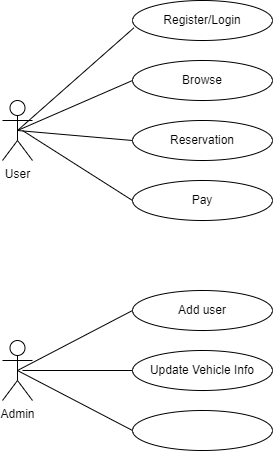
Earlier version of the draw.io export UuseCase.png (aditicodes-14/Project1). Source tidied: cells renumbered, new cells last; positions are measured from the earlier drawing's top-left corner, leaving out a move shared by most shapes. Source of this version:
```xml
<mxGraphModel>
  <root>
    <mxCell id="0" />
    <mxCell id="1" parent="0" />
    <mxCell id="2" value="User" style="shape=umlActor;verticalLabelPosition=bottom;verticalAlign=top;html=1;" parent="1" vertex="1">
      <mxGeometry y="100" width="30" height="60" as="geometry" />
    </mxCell>
    <mxCell id="3" value="Admin" style="shape=umlActor;verticalLabelPosition=bottom;verticalAlign=top;html=1;" parent="1" vertex="1">
      <mxGeometry y="340" width="30" height="60" as="geometry" />
    </mxCell>
    <mxCell id="4" value="Register/Login" style="ellipse;whiteSpace=wrap;html=1;" parent="1" vertex="1">
      <mxGeometry x="130" width="140" height="40" as="geometry" />
    </mxCell>
    <mxCell id="5" value="Browse" style="ellipse;whiteSpace=wrap;html=1;" parent="1" vertex="1">
      <mxGeometry x="130" y="60" width="140" height="40" as="geometry" />
    </mxCell>
    <mxCell id="6" value="Reservation" style="ellipse;whiteSpace=wrap;html=1;" parent="1" vertex="1">
      <mxGeometry x="130" y="120" width="140" height="40" as="geometry" />
    </mxCell>
    <mxCell id="7" value="Pay" style="ellipse;whiteSpace=wrap;html=1;" parent="1" vertex="1">
      <mxGeometry x="130" y="180" width="140" height="40" as="geometry" />
    </mxCell>
    <mxCell id="8" value="Add user" style="ellipse;whiteSpace=wrap;html=1;" parent="1" vertex="1">
      <mxGeometry x="130" y="290" width="140" height="40" as="geometry" />
    </mxCell>
    <mxCell id="9" value="Update Vehicle Info" style="ellipse;whiteSpace=wrap;html=1;" parent="1" vertex="1">
      <mxGeometry x="130" y="350" width="140" height="40" as="geometry" />
    </mxCell>
    <mxCell id="10" style="ellipse;whiteSpace=wrap;html=1;" parent="1" vertex="1">
      <mxGeometry x="130" y="410" width="140" height="40" as="geometry" />
    </mxCell>
    <mxCell id="11" style="endArrow=none;html=1;rounded=0;exitX=0.5;exitY=0.5;exitDx=0;exitDy=0;exitPerimeter=0;entryX=0;entryY=0.5;entryDx=0;entryDy=0;" parent="1" edge="1" source="3" target="8">
      <mxGeometry relative="1" as="geometry" />
    </mxCell>
    <mxCell id="12" style="endArrow=none;html=1;rounded=0;entryX=0;entryY=0.5;entryDx=0;entryDy=0;" parent="1" edge="1" target="9">
      <mxGeometry relative="1" as="geometry">
        <mxPoint x="20" y="370" as="sourcePoint" />
      </mxGeometry>
    </mxCell>
    <mxCell id="13" style="endArrow=none;html=1;rounded=0;entryX=0;entryY=0.5;entryDx=0;entryDy=0;exitX=0.5;exitY=0.5;exitDx=0;exitDy=0;exitPerimeter=0;" parent="1" edge="1" source="3" target="10">
      <mxGeometry relative="1" as="geometry" />
    </mxCell>
    <mxCell id="14" style="endArrow=none;html=1;rounded=0;exitX=0.5;exitY=0.5;exitDx=0;exitDy=0;exitPerimeter=0;entryX=0.01;entryY=0.683;entryDx=0;entryDy=0;entryPerimeter=0;" parent="1" edge="1" source="2" target="4">
      <mxGeometry relative="1" as="geometry" />
    </mxCell>
    <mxCell id="15" style="endArrow=none;html=1;rounded=0;entryX=0;entryY=0.5;entryDx=0;entryDy=0;exitX=0.5;exitY=0.5;exitDx=0;exitDy=0;exitPerimeter=0;" parent="1" edge="1" source="2" target="5">
      <mxGeometry relative="1" as="geometry" />
    </mxCell>
    <mxCell id="16" style="endArrow=none;html=1;rounded=0;entryX=0;entryY=0.5;entryDx=0;entryDy=0;exitX=0.5;exitY=0.5;exitDx=0;exitDy=0;exitPerimeter=0;" parent="1" edge="1" source="2" target="6">
      <mxGeometry relative="1" as="geometry" />
    </mxCell>
    <mxCell id="17" style="endArrow=none;html=1;rounded=0;entryX=0;entryY=0.5;entryDx=0;entryDy=0;" parent="1" edge="1" target="7">
      <mxGeometry relative="1" as="geometry">
        <mxPoint x="20" y="130" as="sourcePoint" />
      </mxGeometry>
    </mxCell>
  </root>
</mxGraphModel>
```
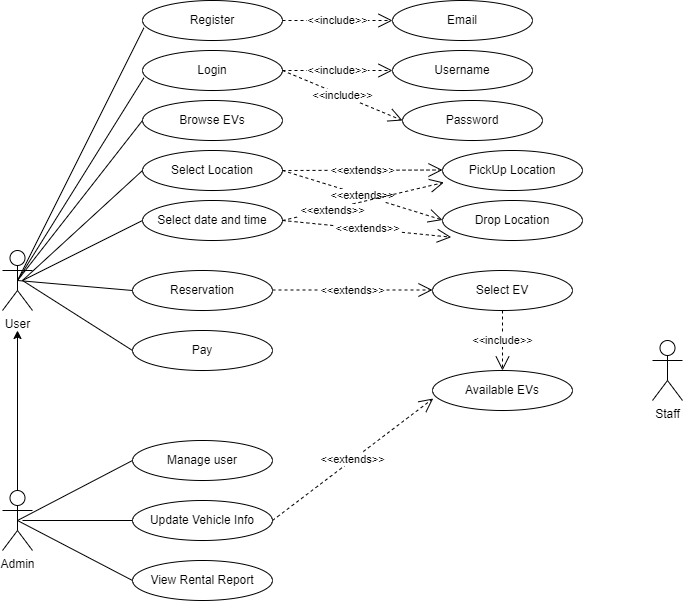
After the change.

The edit, as a diff of the source:
```diff
@@ -8,11 +8,11 @@
     <mxCell id="3" value="Admin" style="shape=umlActor;verticalLabelPosition=bottom;verticalAlign=top;html=1;" parent="1" vertex="1">
       <mxGeometry y="340" width="30" height="60" as="geometry" />
     </mxCell>
-    <mxCell id="4" value="Register/Login" style="ellipse;whiteSpace=wrap;html=1;" parent="1" vertex="1">
-      <mxGeometry x="130" width="140" height="40" as="geometry" />
+    <mxCell id="4" value="Login" style="ellipse;whiteSpace=wrap;html=1;" parent="1" vertex="1">
+      <mxGeometry x="140" y="-100" width="140" height="40" as="geometry" />
     </mxCell>
-    <mxCell id="5" value="Browse" style="ellipse;whiteSpace=wrap;html=1;" parent="1" vertex="1">
-      <mxGeometry x="130" y="60" width="140" height="40" as="geometry" />
+    <mxCell id="5" value="Browse EVs" style="ellipse;whiteSpace=wrap;html=1;" parent="1" vertex="1">
+      <mxGeometry x="140" y="-50" width="140" height="40" as="geometry" />
     </mxCell>
     <mxCell id="6" value="Reservation" style="ellipse;whiteSpace=wrap;html=1;" parent="1" vertex="1">
       <mxGeometry x="130" y="120" width="140" height="40" as="geometry" />
@@ -20,13 +20,13 @@
     <mxCell id="7" value="Pay" style="ellipse;whiteSpace=wrap;html=1;" parent="1" vertex="1">
       <mxGeometry x="130" y="180" width="140" height="40" as="geometry" />
     </mxCell>
-    <mxCell id="8" value="Add user" style="ellipse;whiteSpace=wrap;html=1;" parent="1" vertex="1">
+    <mxCell id="8" value="Manage user" style="ellipse;whiteSpace=wrap;html=1;" parent="1" vertex="1">
       <mxGeometry x="130" y="290" width="140" height="40" as="geometry" />
     </mxCell>
     <mxCell id="9" value="Update Vehicle Info" style="ellipse;whiteSpace=wrap;html=1;" parent="1" vertex="1">
       <mxGeometry x="130" y="350" width="140" height="40" as="geometry" />
     </mxCell>
-    <mxCell id="10" style="ellipse;whiteSpace=wrap;html=1;" parent="1" vertex="1">
+    <mxCell id="10" value="View Rental Report" style="ellipse;whiteSpace=wrap;html=1;" parent="1" vertex="1">
       <mxGeometry x="130" y="410" width="140" height="40" as="geometry" />
     </mxCell>
     <mxCell id="11" style="endArrow=none;html=1;rounded=0;exitX=0.5;exitY=0.5;exitDx=0;exitDy=0;exitPerimeter=0;entryX=0;entryY=0.5;entryDx=0;entryDy=0;" parent="1" edge="1" source="3" target="8">
@@ -54,5 +54,93 @@
         <mxPoint x="20" y="130" as="sourcePoint" />
       </mxGeometry>
     </mxCell>
+    <mxCell id="18" value="Staff" style="shape=umlActor;verticalLabelPosition=bottom;verticalAlign=top;html=1;" parent="1" vertex="1">
+      <mxGeometry x="650" y="190" width="30" height="60" as="geometry" />
+    </mxCell>
+    <mxCell id="19" value="Select EV" style="ellipse;whiteSpace=wrap;html=1;" parent="1" vertex="1">
+      <mxGeometry x="430" y="120" width="140" height="40" as="geometry" />
+    </mxCell>
+    <mxCell id="20" value="&amp;lt;&amp;lt;extends&amp;gt;&amp;gt;" style="endArrow=open;endSize=12;dashed=1;html=1;rounded=0;" parent="1" edge="1">
+      <mxGeometry relative="1" as="geometry">
+        <mxPoint x="270" y="139.5" as="sourcePoint" />
+        <mxPoint x="430" y="139.5" as="targetPoint" />
+      </mxGeometry>
+    </mxCell>
+    <mxCell id="21" value="Available EVs" style="ellipse;whiteSpace=wrap;html=1;" parent="1" vertex="1">
+      <mxGeometry x="430" y="220" width="140" height="40" as="geometry" />
+    </mxCell>
+    <mxCell id="22" value="&amp;lt;&amp;lt;include&amp;gt;&amp;gt;" style="endArrow=open;endSize=12;dashed=1;html=1;rounded=0;entryX=0.5;entryY=0;entryDx=0;entryDy=0;exitX=0.5;exitY=1;exitDx=0;exitDy=0;" parent="1" edge="1" source="19" target="21">
+      <mxGeometry relative="1" as="geometry" />
+    </mxCell>
+    <mxCell id="23" value="&amp;lt;&amp;lt;extends&amp;gt;&amp;gt;" style="endArrow=open;endSize=12;dashed=1;html=1;rounded=0;exitX=1;exitY=0.5;exitDx=0;exitDy=0;entryX=0.005;entryY=0.7;entryDx=0;entryDy=0;entryPerimeter=0;" parent="1" edge="1" source="9" target="21">
+      <mxGeometry relative="1" as="geometry" />
+    </mxCell>
+    <mxCell id="24" style="endArrow=classic;html=1;rounded=0;exitX=0.5;exitY=0;exitDx=0;exitDy=0;exitPerimeter=0;" parent="1" edge="1" source="3">
+      <mxGeometry relative="1" as="geometry">
+        <mxPoint x="15" y="180" as="targetPoint" />
+      </mxGeometry>
+    </mxCell>
+    <mxCell id="25" value="Select Location" style="ellipse;whiteSpace=wrap;html=1;" parent="1" vertex="1">
+      <mxGeometry x="140" width="140" height="40" as="geometry" />
+    </mxCell>
+    <mxCell id="26" style="endArrow=none;html=1;rounded=0;entryX=0;entryY=0.5;entryDx=0;entryDy=0;" parent="1" edge="1" target="25">
+      <mxGeometry relative="1" as="geometry">
+        <mxPoint x="20" y="130" as="sourcePoint" />
+      </mxGeometry>
+    </mxCell>
+    <mxCell id="27" value="&amp;lt;&amp;lt;include&amp;gt;&amp;gt;" style="endArrow=open;endSize=12;dashed=1;html=1;rounded=0;exitX=1;exitY=0.5;exitDx=0;exitDy=0;entryX=0;entryY=0.5;entryDx=0;entryDy=0;" parent="1" edge="1" source="4" target="28">
+      <mxGeometry relative="1" as="geometry" />
+    </mxCell>
+    <mxCell id="28" value="Username" style="ellipse;whiteSpace=wrap;html=1;" parent="1" vertex="1">
+      <mxGeometry x="390" y="-100" width="140" height="40" as="geometry" />
+    </mxCell>
+    <mxCell id="29" value="&amp;lt;&amp;lt;include&amp;gt;&amp;gt;" style="endArrow=open;endSize=12;dashed=1;html=1;rounded=0;entryX=0;entryY=0.5;entryDx=0;entryDy=0;exitX=1;exitY=0.5;exitDx=0;exitDy=0;" parent="1" edge="1" source="4" target="30">
+      <mxGeometry relative="1" as="geometry" />
+    </mxCell>
+    <mxCell id="30" value="Password" style="ellipse;whiteSpace=wrap;html=1;" parent="1" vertex="1">
+      <mxGeometry x="400" y="-50" width="140" height="40" as="geometry" />
+    </mxCell>
+    <mxCell id="31" value="Register" style="ellipse;whiteSpace=wrap;html=1;" parent="1" vertex="1">
+      <mxGeometry x="140" y="-150" width="140" height="40" as="geometry" />
+    </mxCell>
+    <mxCell id="32" style="endArrow=none;html=1;rounded=0;entryX=0.01;entryY=0.683;entryDx=0;entryDy=0;entryPerimeter=0;exitX=0.5;exitY=0.5;exitDx=0;exitDy=0;exitPerimeter=0;" parent="1" edge="1" source="2" target="31">
+      <mxGeometry relative="1" as="geometry" />
+    </mxCell>
+    <mxCell id="33" value="&amp;lt;&amp;lt;include&amp;gt;&amp;gt;" style="endArrow=open;endSize=12;dashed=1;html=1;rounded=0;entryX=0;entryY=0.5;entryDx=0;entryDy=0;exitX=1;exitY=0.5;exitDx=0;exitDy=0;" parent="1" edge="1" source="31" target="34">
+      <mxGeometry relative="1" as="geometry" />
+    </mxCell>
+    <mxCell id="34" value="Email" style="ellipse;whiteSpace=wrap;html=1;" parent="1" vertex="1">
+      <mxGeometry x="390" y="-150" width="140" height="40" as="geometry" />
+    </mxCell>
+    <mxCell id="35" value="Select date and time" style="ellipse;whiteSpace=wrap;html=1;" parent="1" vertex="1">
+      <mxGeometry x="140" y="50" width="140" height="40" as="geometry" />
+    </mxCell>
+    <mxCell id="36" style="endArrow=none;html=1;rounded=0;entryX=0;entryY=0.5;entryDx=0;entryDy=0;" parent="1" edge="1" target="35">
+      <mxGeometry relative="1" as="geometry">
+        <mxPoint x="20" y="130" as="sourcePoint" />
+      </mxGeometry>
+    </mxCell>
+    <mxCell id="37" value="PickUp Location" style="ellipse;whiteSpace=wrap;html=1;" parent="1" vertex="1">
+      <mxGeometry x="440" width="140" height="40" as="geometry" />
+    </mxCell>
+    <mxCell id="38" value="&amp;lt;&amp;lt;extends&amp;gt;&amp;gt;" style="endArrow=open;endSize=12;dashed=1;html=1;rounded=0;exitX=1;exitY=0.5;exitDx=0;exitDy=0;" parent="1" edge="1" source="25">
+      <mxGeometry relative="1" as="geometry">
+        <mxPoint x="440" y="19.5" as="targetPoint" />
+      </mxGeometry>
+    </mxCell>
+    <mxCell id="39" value="Drop Location" style="ellipse;whiteSpace=wrap;html=1;" parent="1" vertex="1">
+      <mxGeometry x="440" y="50" width="140" height="40" as="geometry" />
+    </mxCell>
+    <mxCell id="40" value="&amp;lt;&amp;lt;extends&amp;gt;&amp;gt;" style="endArrow=open;endSize=12;dashed=1;html=1;rounded=0;exitX=1;exitY=0.5;exitDx=0;exitDy=0;" parent="1" edge="1" source="25">
+      <mxGeometry relative="1" as="geometry">
+        <mxPoint x="440" y="69.5" as="targetPoint" />
+      </mxGeometry>
+    </mxCell>
+    <mxCell id="41" value="&amp;lt;&amp;lt;extends&amp;gt;&amp;gt;" style="endArrow=open;endSize=12;dashed=1;html=1;rounded=0;exitX=1;exitY=0.5;exitDx=0;exitDy=0;entryX=0.062;entryY=0.917;entryDx=0;entryDy=0;entryPerimeter=0;" parent="1" edge="1" source="35" target="39">
+      <mxGeometry relative="1" as="geometry" />
+    </mxCell>
+    <mxCell id="42" value="&amp;lt;&amp;lt;extends&amp;gt;&amp;gt;" style="endArrow=open;endSize=12;dashed=1;html=1;rounded=0;exitX=1;exitY=0.5;exitDx=0;exitDy=0;entryX=0.01;entryY=0.8;entryDx=0;entryDy=0;entryPerimeter=0;" parent="1" edge="1" source="35" target="37">
+      <mxGeometry x="-0.39" y="-2" relative="1" as="geometry" />
+    </mxCell>
   </root>
 </mxGraphModel>
```
